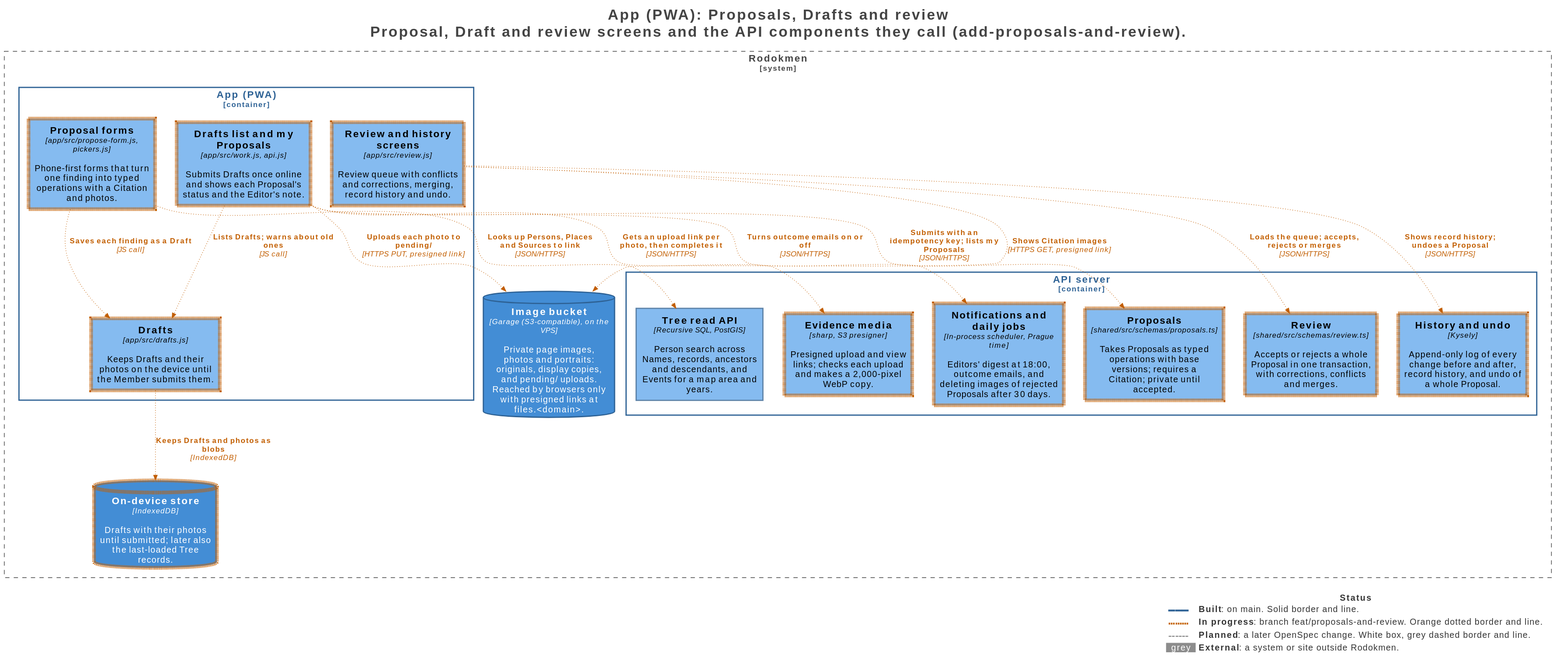
Above: docs/architecture/generated/svg/07-app-proposals.svg in xjrk58/rodokmen-app (PlantUML), before the change.
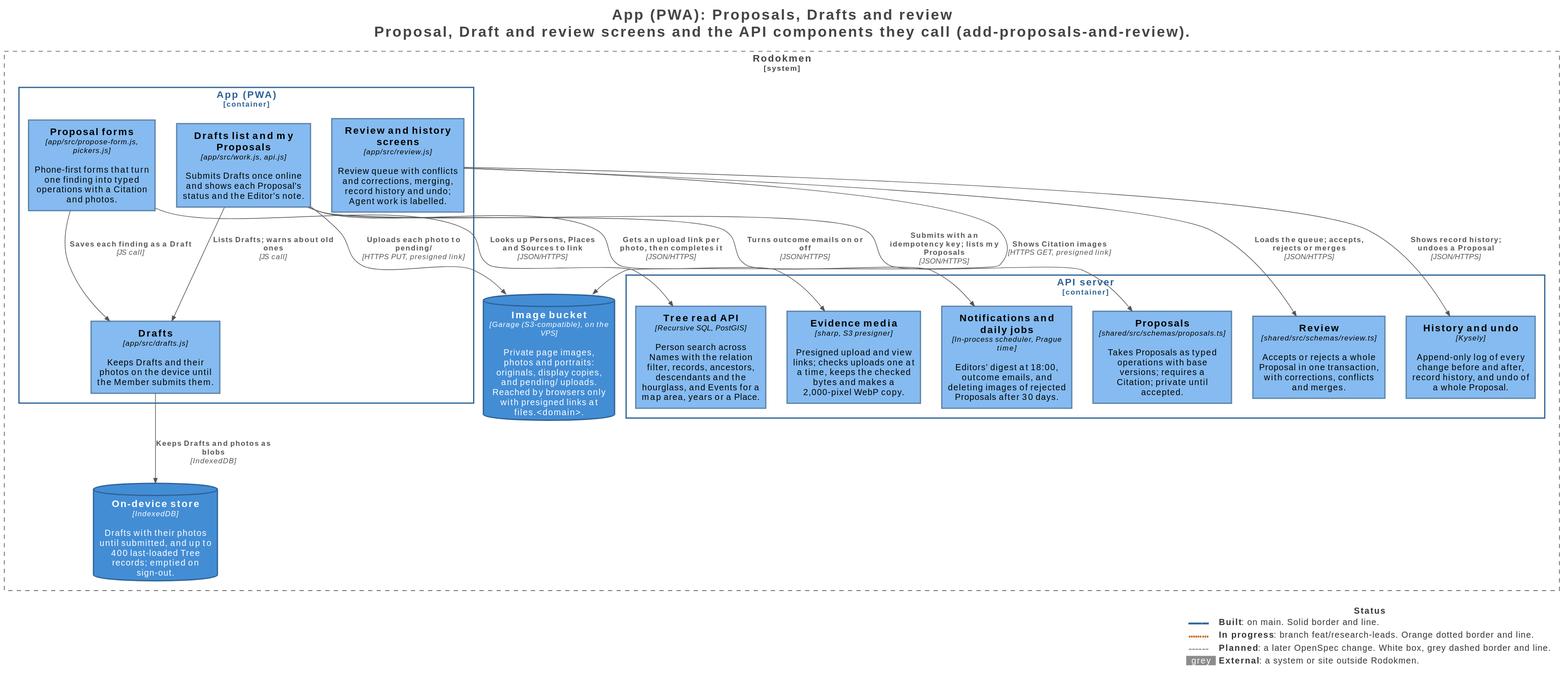
The same diagram one commit later.

Diff of the diagram source:
```diff
@@ -21,48 +21,46 @@
 
 !include ../../legend.puml
 
-AddElementTag("Component,In progress", $bgColor="#85bbf0", $borderColor="#c25e00", $fontColor="#000000", $sprite="", $shadowing="", $borderStyle="dotted", $borderThickness="6")
-AddElementTag("Container,In progress,Data store", $bgColor="#438dd5", $borderColor="#c25e00", $fontColor="#ffffff", $sprite="", $shadowing="", $borderStyle="dotted", $borderThickness="6")
 AddElementTag("Container,Built,Data store", $bgColor="#438dd5", $borderColor="#2e6295", $fontColor="#ffffff", $sprite="", $shadowing="", $borderStyle="solid", $borderThickness="2")
 AddElementTag("Component,Built", $bgColor="#85bbf0", $borderColor="#5d82a8", $fontColor="#000000", $sprite="", $shadowing="", $borderStyle="solid", $borderThickness="2")
 
-AddRelTag("In progress", $textColor="#c25e00", $lineColor="#c25e00", $lineStyle = DottedLine())
+AddRelTag("Built", $textColor="#555555", $lineColor="#555555", $lineStyle = "")
 
 AddBoundaryTag("Container,Built,Browser", $bgColor="#ffffff", $borderColor="#2e6295", $fontColor="#2e6295", $shadowing="", $borderStyle="solid", $borderThickness="2")
 AddBoundaryTag("Container,Built", $bgColor="#ffffff", $borderColor="#2e6295", $fontColor="#2e6295", $shadowing="", $borderStyle="solid", $borderThickness="2")
 
 System_Boundary("Rodokmen_boundary", "Rodokmen", $tags="Software System,Built") {
   Container_Boundary("Rodokmen.APIserver_boundary", "API server", $tags="Container,Built") {
-    Component(Rodokmen.APIserver.TreereadAPI, "Tree read API", $techn="Recursive SQL, PostGIS", $descr="Person search across Names, records, ancestors and descendants, and Events for a map area and years.", $tags="Component,Built", $link="")
-    Component(Rodokmen.APIserver.Proposals, "Proposals", $techn="shared/src/schemas/proposals.ts", $descr="Takes Proposals as typed operations with base versions; requires a Citation; private until accepted.", $tags="Component,In progress", $link="")
-    Component(Rodokmen.APIserver.Review, "Review", $techn="shared/src/schemas/review.ts", $descr="Accepts or rejects a whole Proposal in one transaction, with corrections, conflicts and merges.", $tags="Component,In progress", $link="")
-    Component(Rodokmen.APIserver.Historyandundo, "History and undo", $techn="Kysely", $descr="Append-only log of every change before and after, record history, and undo of a whole Proposal.", $tags="Component,In progress", $link="")
-    Component(Rodokmen.APIserver.Evidencemedia, "Evidence media", $techn="sharp, S3 presigner", $descr="Presigned upload and view links; checks each upload and makes a 2,000-pixel WebP copy.", $tags="Component,In progress", $link="")
-    Component(Rodokmen.APIserver.Notificationsanddailyjobs, "Notifications and daily jobs", $techn="In-process scheduler, Prague time", $descr="Editors' digest at 18:00, outcome emails, and deleting images of rejected Proposals after 30 days.", $tags="Component,In progress", $link="")
+    Component(Rodokmen.APIserver.TreereadAPI, "Tree read API", $techn="Recursive SQL, PostGIS", $descr="Person search across Names with the relation filter, records, ancestors, descendants and the hourglass, and Events for a map area, years or a Place.", $tags="Component,Built", $link="")
+    Component(Rodokmen.APIserver.Proposals, "Proposals", $techn="shared/src/schemas/proposals.ts", $descr="Takes Proposals as typed operations with base versions; requires a Citation; private until accepted.", $tags="Component,Built", $link="")
+    Component(Rodokmen.APIserver.Review, "Review", $techn="shared/src/schemas/review.ts", $descr="Accepts or rejects a whole Proposal in one transaction, with corrections, conflicts and merges.", $tags="Component,Built", $link="")
+    Component(Rodokmen.APIserver.Historyandundo, "History and undo", $techn="Kysely", $descr="Append-only log of every change before and after, record history, and undo of a whole Proposal.", $tags="Component,Built", $link="")
+    Component(Rodokmen.APIserver.Evidencemedia, "Evidence media", $techn="sharp, S3 presigner", $descr="Presigned upload and view links; checks uploads one at a time, keeps the checked bytes and makes a 2,000-pixel WebP copy.", $tags="Component,Built", $link="")
+    Component(Rodokmen.APIserver.Notificationsanddailyjobs, "Notifications and daily jobs", $techn="In-process scheduler, Prague time", $descr="Editors' digest at 18:00, outcome emails, and deleting images of rejected Proposals after 30 days.", $tags="Component,Built", $link="")
   }
 
   Container_Boundary("Rodokmen.AppPWA_boundary", "App (PWA)", $tags="Container,Built,Browser") {
-    Component(Rodokmen.AppPWA.Proposalforms, "Proposal forms", $techn="app/src/propose-form.js, pickers.js", $descr="Phone-first forms that turn one finding into typed operations with a Citation and photos.", $tags="Component,In progress", $link="")
-    Component(Rodokmen.AppPWA.Drafts, "Drafts", $techn="app/src/drafts.js", $descr="Keeps Drafts and their photos on the device until the Member submits them.", $tags="Component,In progress", $link="")
-    Component(Rodokmen.AppPWA.DraftslistandmyProposals, "Drafts list and my Proposals", $techn="app/src/work.js, api.js", $descr="Submits Drafts once online and shows each Proposal's status and the Editor's note.", $tags="Component,In progress", $link="")
-    Component(Rodokmen.AppPWA.Reviewandhistoryscreens, "Review and history screens", $techn="app/src/review.js", $descr="Review queue with conflicts and corrections, merging, record history and undo.", $tags="Component,In progress", $link="")
+    Component(Rodokmen.AppPWA.Proposalforms, "Proposal forms", $techn="app/src/propose-form.js, pickers.js", $descr="Phone-first forms that turn one finding into typed operations with a Citation and photos.", $tags="Component,Built", $link="")
+    Component(Rodokmen.AppPWA.Drafts, "Drafts", $techn="app/src/drafts.js", $descr="Keeps Drafts and their photos on the device until the Member submits them.", $tags="Component,Built", $link="")
+    Component(Rodokmen.AppPWA.DraftslistandmyProposals, "Drafts list and my Proposals", $techn="app/src/work.js, api.js", $descr="Submits Drafts once online and shows each Proposal's status and the Editor's note.", $tags="Component,Built", $link="")
+    Component(Rodokmen.AppPWA.Reviewandhistoryscreens, "Review and history screens", $techn="app/src/review.js", $descr="Review queue with conflicts and corrections, merging, record history and undo; Agent work is labelled.", $tags="Component,Built", $link="")
   }
 
-  ContainerDb(Rodokmen.Ondevicestore, "On-device store", $techn="IndexedDB", $descr="Drafts with their photos until submitted; later also the last-loaded Tree records.", $tags="Container,In progress,Data store", $link="")
+  ContainerDb(Rodokmen.Ondevicestore, "On-device store", $techn="IndexedDB", $descr="Drafts with their photos until submitted, and up to 400 last-loaded Tree records; emptied on sign-out.", $tags="Container,Built,Data store", $link="")
   ContainerDb(Rodokmen.Imagebucket, "Image bucket", $techn="Garage (S3-compatible), on the VPS", $descr="Private page images, photos and portraits: originals, display copies, and pending/ uploads. Reached by browsers only with presigned links at files.<domain>.", $tags="Container,Built,Data store", $link="")
 }
 
-Rel(Rodokmen.AppPWA.Proposalforms, Rodokmen.APIserver.TreereadAPI, "Looks up Persons, Places and Sources to link", $techn="JSON/HTTPS", $tags="In progress", $link="")
-Rel(Rodokmen.AppPWA.Proposalforms, Rodokmen.AppPWA.Drafts, "Saves each finding as a Draft", $techn="JS call", $tags="In progress", $link="")
-Rel(Rodokmen.AppPWA.Drafts, Rodokmen.Ondevicestore, "Keeps Drafts and photos as blobs", $techn="IndexedDB", $tags="In progress", $link="")
-Rel(Rodokmen.AppPWA.DraftslistandmyProposals, Rodokmen.AppPWA.Drafts, "Lists Drafts; warns about old ones", $techn="JS call", $tags="In progress", $link="")
-Rel(Rodokmen.AppPWA.DraftslistandmyProposals, Rodokmen.APIserver.Evidencemedia, "Gets an upload link per photo, then completes it", $techn="JSON/HTTPS", $tags="In progress", $link="")
-Rel(Rodokmen.AppPWA.DraftslistandmyProposals, Rodokmen.Imagebucket, "Uploads each photo to pending/", $techn="HTTPS PUT, presigned link", $tags="In progress", $link="")
-Rel(Rodokmen.AppPWA.DraftslistandmyProposals, Rodokmen.APIserver.Proposals, "Submits with an idempotency key; lists my Proposals", $techn="JSON/HTTPS", $tags="In progress", $link="")
-Rel(Rodokmen.AppPWA.DraftslistandmyProposals, Rodokmen.APIserver.Notificationsanddailyjobs, "Turns outcome emails on or off", $techn="JSON/HTTPS", $tags="In progress", $link="")
-Rel(Rodokmen.AppPWA.Reviewandhistoryscreens, Rodokmen.APIserver.Review, "Loads the queue; accepts, rejects or merges", $techn="JSON/HTTPS", $tags="In progress", $link="")
-Rel(Rodokmen.AppPWA.Reviewandhistoryscreens, Rodokmen.APIserver.Historyandundo, "Shows record history; undoes a Proposal", $techn="JSON/HTTPS", $tags="In progress", $link="")
-Rel(Rodokmen.AppPWA.Reviewandhistoryscreens, Rodokmen.Imagebucket, "Shows Citation images", $techn="HTTPS GET, presigned link", $tags="In progress", $link="")
+Rel(Rodokmen.AppPWA.Proposalforms, Rodokmen.APIserver.TreereadAPI, "Looks up Persons, Places and Sources to link", $techn="JSON/HTTPS", $tags="Built", $link="")
+Rel(Rodokmen.AppPWA.Proposalforms, Rodokmen.AppPWA.Drafts, "Saves each finding as a Draft", $techn="JS call", $tags="Built", $link="")
+Rel(Rodokmen.AppPWA.Drafts, Rodokmen.Ondevicestore, "Keeps Drafts and photos as blobs", $techn="IndexedDB", $tags="Built", $link="")
+Rel(Rodokmen.AppPWA.DraftslistandmyProposals, Rodokmen.AppPWA.Drafts, "Lists Drafts; warns about old ones", $techn="JS call", $tags="Built", $link="")
+Rel(Rodokmen.AppPWA.DraftslistandmyProposals, Rodokmen.APIserver.Evidencemedia, "Gets an upload link per photo, then completes it", $techn="JSON/HTTPS", $tags="Built", $link="")
+Rel(Rodokmen.AppPWA.DraftslistandmyProposals, Rodokmen.Imagebucket, "Uploads each photo to pending/", $techn="HTTPS PUT, presigned link", $tags="Built", $link="")
+Rel(Rodokmen.AppPWA.DraftslistandmyProposals, Rodokmen.APIserver.Proposals, "Submits with an idempotency key; lists my Proposals", $techn="JSON/HTTPS", $tags="Built", $link="")
+Rel(Rodokmen.AppPWA.DraftslistandmyProposals, Rodokmen.APIserver.Notificationsanddailyjobs, "Turns outcome emails on or off", $techn="JSON/HTTPS", $tags="Built", $link="")
+Rel(Rodokmen.AppPWA.Reviewandhistoryscreens, Rodokmen.APIserver.Review, "Loads the queue; accepts, rejects or merges", $techn="JSON/HTTPS", $tags="Built", $link="")
+Rel(Rodokmen.AppPWA.Reviewandhistoryscreens, Rodokmen.APIserver.Historyandundo, "Shows record history; undoes a Proposal", $techn="JSON/HTTPS", $tags="Built", $link="")
+Rel(Rodokmen.AppPWA.Reviewandhistoryscreens, Rodokmen.Imagebucket, "Shows Citation images", $techn="HTTPS GET, presigned link", $tags="Built", $link="")
 
 SHOW_LEGEND(true)
 hide stereotypes
```
